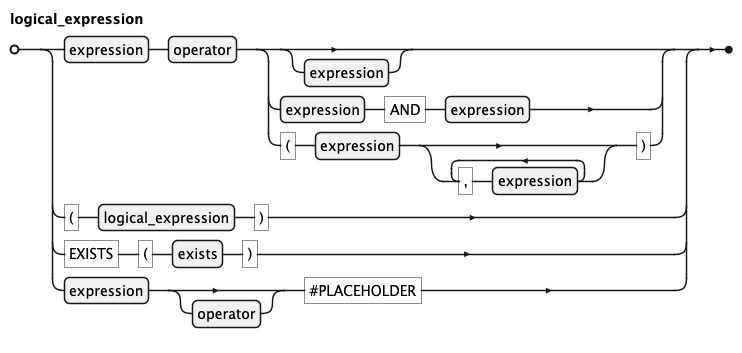
koryki-java/core keeps this PlantUML diagram as docs/kql/logical_expression.png. Above is the earlier version. The source it was exported from:
```plantuml
@startebnf
' border and background
skinparam legendBorderColor transparent
skinparam legendBackgroundColor white

'title logical_expression

logical_expression = expression, operator,
(
    (
        [expression]
        | expression, "AND", expression
        | "(", expression, {",", expression}, ")"
    )
)
|   "(", logical_expression , ")"
| "EXISTS", "(", exists, ")"
| expression, [operator], "#PLACEHOLDER"
;

@endebnf
```
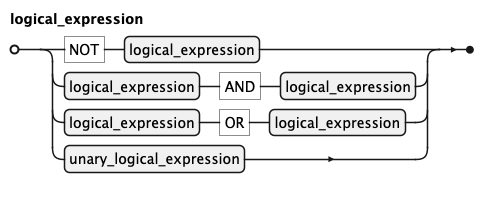
After the commit.

What changed in the source:
```diff
@@ -5,17 +5,11 @@
 
 'title logical_expression
 
-logical_expression = expression, operator,
-(
-    (
-        [expression]
-        | expression, "AND", expression
-        | "(", expression, {",", expression}, ")"
-    )
-)
-|   "(", logical_expression , ")"
-| "EXISTS", "(", exists, ")"
-| expression, [operator], "#PLACEHOLDER"
+
+logical_expression =
+    "NOT", logical_expression
+| logical_expression, "AND", logical_expression
+| logical_expression,  "OR", logical_expression
+| unary_logical_expression
 ;
-
 @endebnf
```
